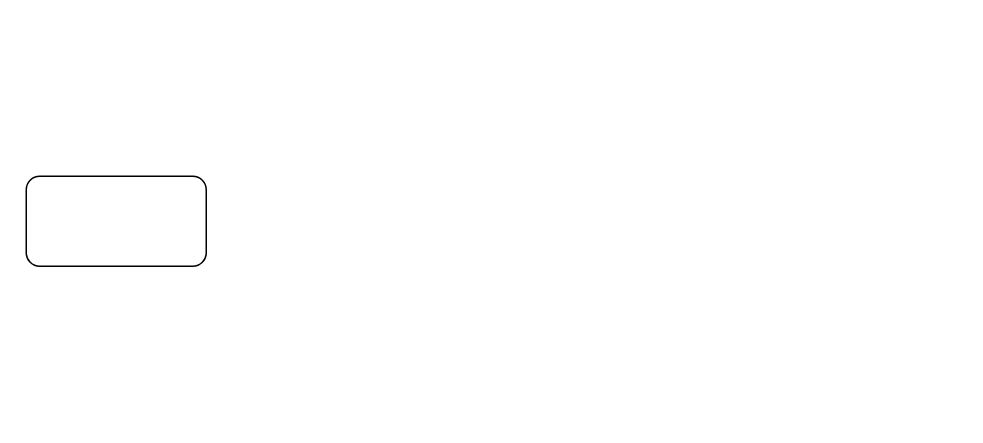
This is MaskingPolicy.drawio from rushal1209/draw.io, a draw.io file, before an edit. Source tidied: cells renumbered, new cells numbered last; positions are measured from the earlier drawing's top-left corner, leaving out a move shared by most shapes. Both pictures are drawn from the tidied source at 150%, with x=0, y=0 at pixel (26, 176).
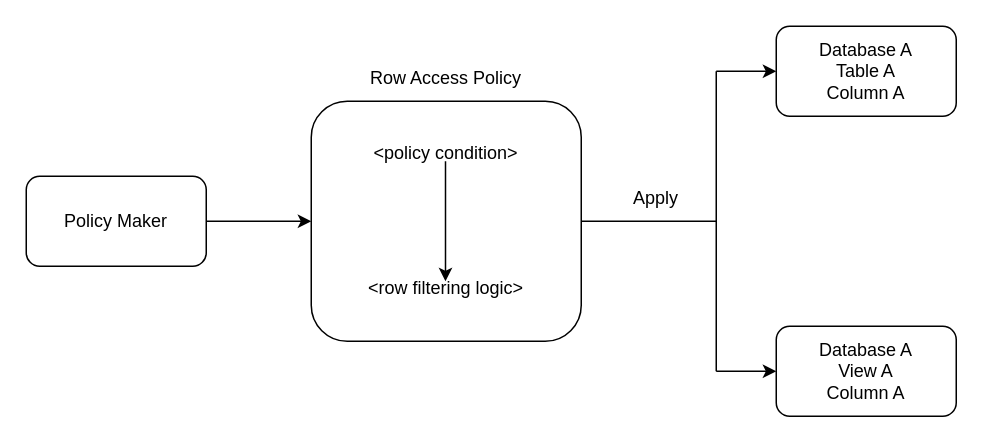
The same page after the edit.

Change to the diagram source:
```diff
@@
-    <mxCell id="2" style="rounded=1;whiteSpace=wrap;html=1;" parent="1" vertex="1">
+    <mxCell id="2" value="Policy Maker" style="rounded=1;whiteSpace=wrap;html=1;" parent="1" vertex="1">
       <mxGeometry width="120" height="60" as="geometry" />
     </mxCell>
+    <mxCell id="3" style="rounded=1;whiteSpace=wrap;html=1;" parent="1" vertex="1">
+      <mxGeometry x="190" y="-50" width="180" height="160" as="geometry" />
+    </mxCell>
+    <mxCell id="4" value="Database A&lt;br&gt;Table A&lt;br&gt;Column A" style="rounded=1;whiteSpace=wrap;html=1;" parent="1" vertex="1">
+      <mxGeometry x="500" y="-100" width="120" height="60" as="geometry" />
+    </mxCell>
+    <mxCell id="5" value="Database A&lt;br&gt;View A&lt;br&gt;Column A" style="rounded=1;whiteSpace=wrap;html=1;" parent="1" vertex="1">
+      <mxGeometry x="500" y="100" width="120" height="60" as="geometry" />
+    </mxCell>
+    <mxCell id="6" value="Row Access Policy" style="text;html=1;strokeColor=none;fillColor=none;align=center;verticalAlign=middle;whiteSpace=wrap;rounded=0;" parent="1" vertex="1">
+      <mxGeometry x="225" y="-80" width="110" height="30" as="geometry" />
+    </mxCell>
+    <mxCell id="7" value="&amp;lt;policy condition&amp;gt;" style="text;html=1;strokeColor=none;fillColor=none;align=center;verticalAlign=middle;whiteSpace=wrap;rounded=0;" parent="1" vertex="1">
+      <mxGeometry x="220" y="-30" width="120" height="30" as="geometry" />
+    </mxCell>
+    <mxCell id="8" value="&amp;lt;row filtering logic&amp;gt;" style="text;html=1;strokeColor=none;fillColor=none;align=center;verticalAlign=middle;whiteSpace=wrap;rounded=0;" parent="1" vertex="1">
+      <mxGeometry x="220" y="60" width="120" height="30" as="geometry" />
+    </mxCell>
+    <mxCell id="9" style="endArrow=classic;html=1;rounded=0;exitX=1;exitY=0.5;exitDx=0;exitDy=0;entryX=0;entryY=0.5;entryDx=0;entryDy=0;" parent="1" edge="1" source="2" target="3">
+      <mxGeometry relative="1" as="geometry" />
+    </mxCell>
+    <mxCell id="10" style="endArrow=classic;html=1;rounded=0;" parent="1" edge="1">
+      <mxGeometry relative="1" as="geometry">
+        <mxPoint x="460" y="-70" as="sourcePoint" />
+        <mxPoint x="500" y="-70" as="targetPoint" />
+      </mxGeometry>
+    </mxCell>
+    <mxCell id="11" style="endArrow=classic;html=1;rounded=0;" parent="1" edge="1">
+      <mxGeometry relative="1" as="geometry">
+        <mxPoint x="460" y="130" as="sourcePoint" />
+        <mxPoint x="500" y="130" as="targetPoint" />
+      </mxGeometry>
+    </mxCell>
+    <mxCell id="12" style="endArrow=none;html=1;rounded=0;" parent="1" edge="1">
+      <mxGeometry relative="1" as="geometry">
+        <mxPoint x="460" y="130" as="sourcePoint" />
+        <mxPoint x="460" y="-70" as="targetPoint" />
+      </mxGeometry>
+    </mxCell>
+    <mxCell id="13" style="endArrow=none;html=1;rounded=0;exitX=1;exitY=0.5;exitDx=0;exitDy=0;" parent="1" edge="1" source="3">
+      <mxGeometry relative="1" as="geometry">
+        <mxPoint x="460" y="30" as="targetPoint" />
+      </mxGeometry>
+    </mxCell>
+    <mxCell id="14" value="Apply" style="text;html=1;strokeColor=none;fillColor=none;align=center;verticalAlign=middle;whiteSpace=wrap;rounded=0;" parent="1" vertex="1">
+      <mxGeometry x="390" width="60" height="30" as="geometry" />
+    </mxCell>
+    <mxCell id="15" style="endArrow=classic;html=1;rounded=0;" parent="1" edge="1">
+      <mxGeometry relative="1" as="geometry">
+        <mxPoint x="279.5" y="-10" as="sourcePoint" />
+        <mxPoint x="279.5" y="70" as="targetPoint" />
+      </mxGeometry>
+    </mxCell>
```
